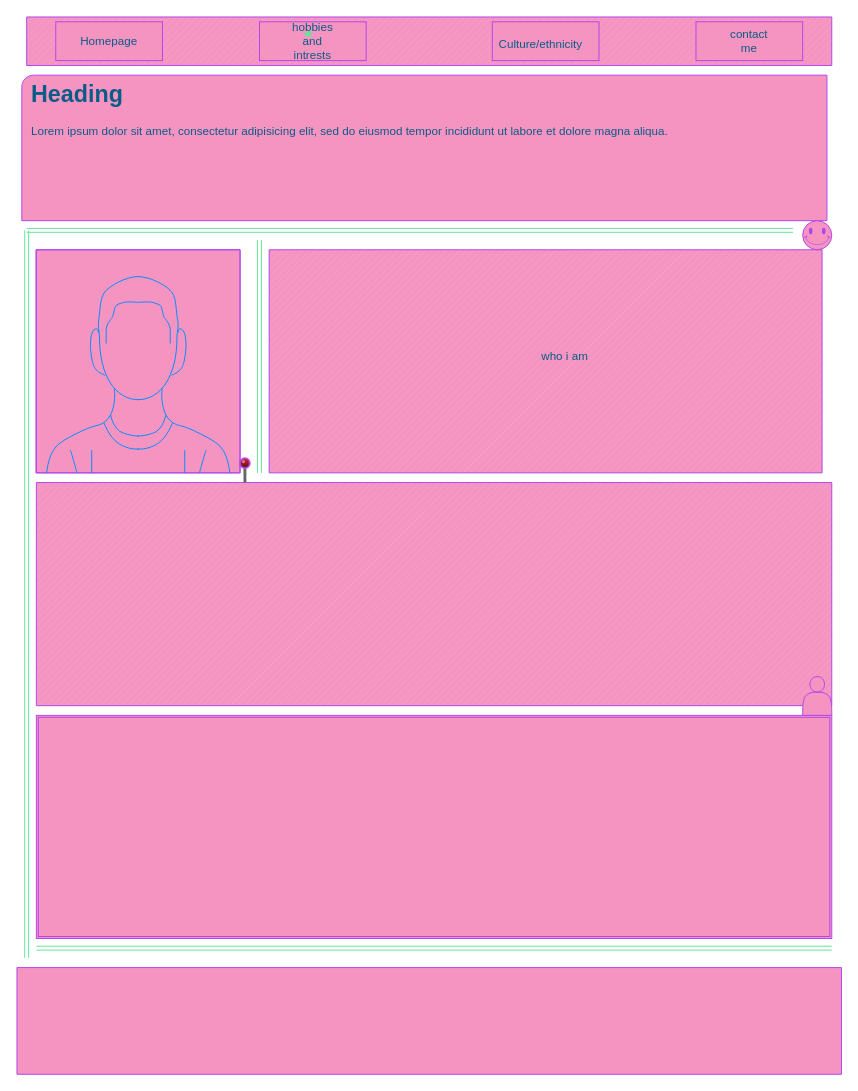
Above: page "Page-1" (1 of 4) of page layout.drawio in ASDAH-Digtal/91880-91884-tavae27z (draw.io), before the change. Source tidied: cells renumbered, new cells numbered last; positions are measured from the earlier drawing's top-left corner, leaving out a move shared by most shapes. Both pictures are drawn from the tidied source at 97%, with x=0, y=0 at pixel (16, 16).
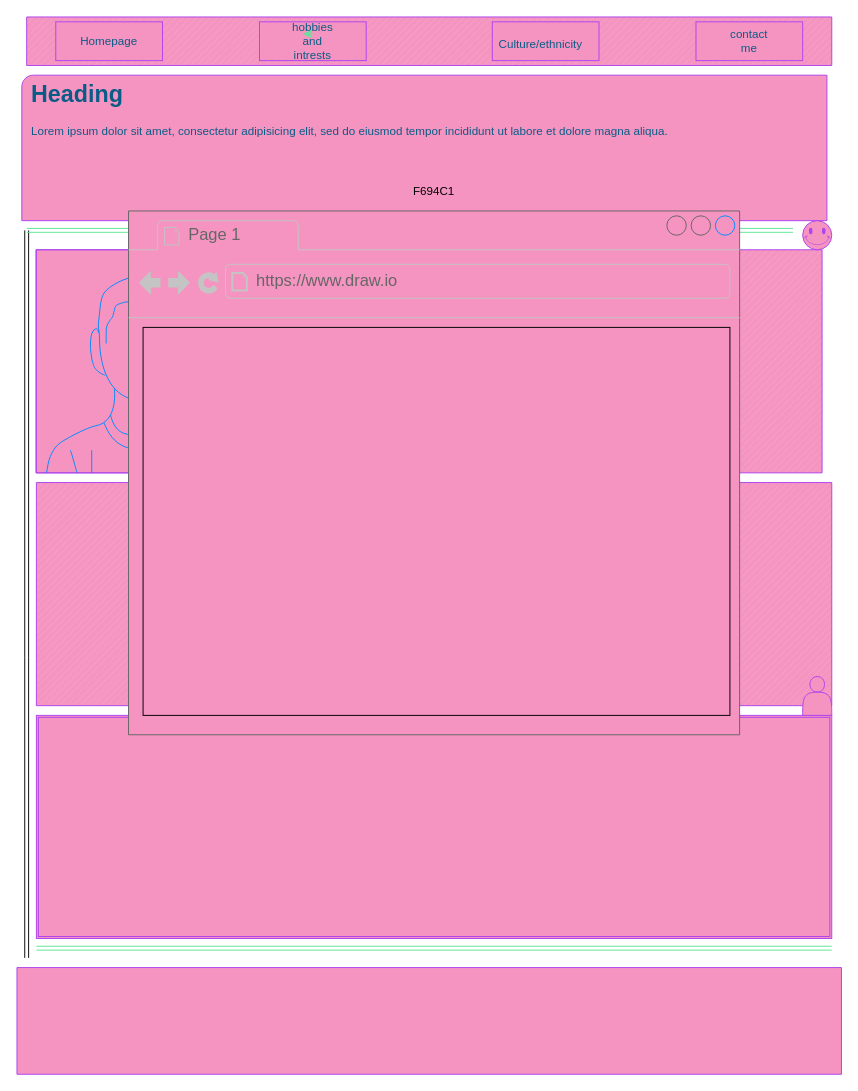
After the change.

Commit message (it also covers changes not shown here):
page layout

The edit, as a diff of the source:
```diff
@@
-    <mxCell id="2" style="verticalLabelPosition=bottom;verticalAlign=top;html=1;shape=mxgraph.basic.corner_round_rect;dx=6;fillColor=#F694C1;strokeColor=#AF45ED;fontColor=#095C86;" parent="1" vertex="1">
+    <mxCell id="2" style="verticalLabelPosition=bottom;verticalAlign=top;html=1;shape=mxgraph.basic.corner_round_rect;dx=6;strokeColor=#AF45ED;fontColor=#095C86;fillColor=#F694C1;" parent="1" vertex="1">
       <mxGeometry x="5" y="60" width="830" height="150" as="geometry" />
     </mxCell>
@@
-    <mxCell id="12" style="shape=link;html=1;strokeColor=#60E696;fontColor=#095C86;" parent="1" edge="1">
+    <mxCell id="12" style="shape=link;html=1;fontColor=#095C86;strokeColor=#0A0A0A;" parent="1" edge="1">
       <mxGeometry relative="1" as="geometry">
         <mxPoint x="10" y="970" as="sourcePoint" />
         <mxPoint x="10" y="220" as="targetPoint" />
         <Array as="points">
           <mxPoint x="10" y="660" />
         </Array>
       </mxGeometry>
     </mxCell>
@@
     <mxCell id="16" value="&lt;h1&gt;Heading&lt;/h1&gt;&lt;p&gt;Lorem ipsum dolor sit amet, consectetur adipisicing elit, sed do eiusmod tempor incididunt ut labore et dolore magna aliqua.&lt;/p&gt;" style="text;html=1;spacing=5;spacingTop=-20;whiteSpace=wrap;overflow=hidden;fontColor=#095C86;" parent="1" vertex="1">
-      <mxGeometry x="10" y="60" width="820" height="150" as="geometry" />
+      <mxGeometry x="10" y="60" width="820" height="110" as="geometry" />
     </mxCell>
@@
+    <mxCell id="27" value="F694C1&lt;br&gt;" style="text;html=1;strokeColor=none;fillColor=none;align=center;verticalAlign=middle;whiteSpace=wrap;rounded=0;" parent="1" vertex="1">
+      <mxGeometry x="410" y="170" width="40" height="20" as="geometry" />
+    </mxCell>
+    <mxCell id="28" style="strokeWidth=1;shadow=0;dashed=0;align=center;html=1;shape=mxgraph.mockup.containers.browserWindow;rSize=0;strokeColor=#666666;strokeColor2=#008cff;strokeColor3=#c4c4c4;mainText=,;fillColor=#F694C1;" parent="1" vertex="1">
+      <mxGeometry x="115" y="200" width="630" height="540" as="geometry" />
+    </mxCell>
+    <mxCell id="29" value="Page 1" style="strokeWidth=1;shadow=0;dashed=0;align=center;html=1;shape=mxgraph.mockup.containers.anchor;fontSize=17;fontColor=#666666;align=left;" parent="28" vertex="1">
+      <mxGeometry x="60" y="12" width="110" height="26" as="geometry" />
+    </mxCell>
+    <mxCell id="30" value="https://www.draw.io" style="strokeWidth=1;shadow=0;dashed=0;align=center;html=1;shape=mxgraph.mockup.containers.anchor;rSize=0;fontSize=17;fontColor=#666666;align=left;" parent="28" vertex="1">
+      <mxGeometry x="130" y="60" width="250" height="26" as="geometry" />
+    </mxCell>
+    <mxCell id="31" style="rounded=0;whiteSpace=wrap;html=1;fillColor=#F694C1;" parent="28" vertex="1">
+      <mxGeometry x="15" y="120" width="605" height="400" as="geometry" />
+    </mxCell>
```
